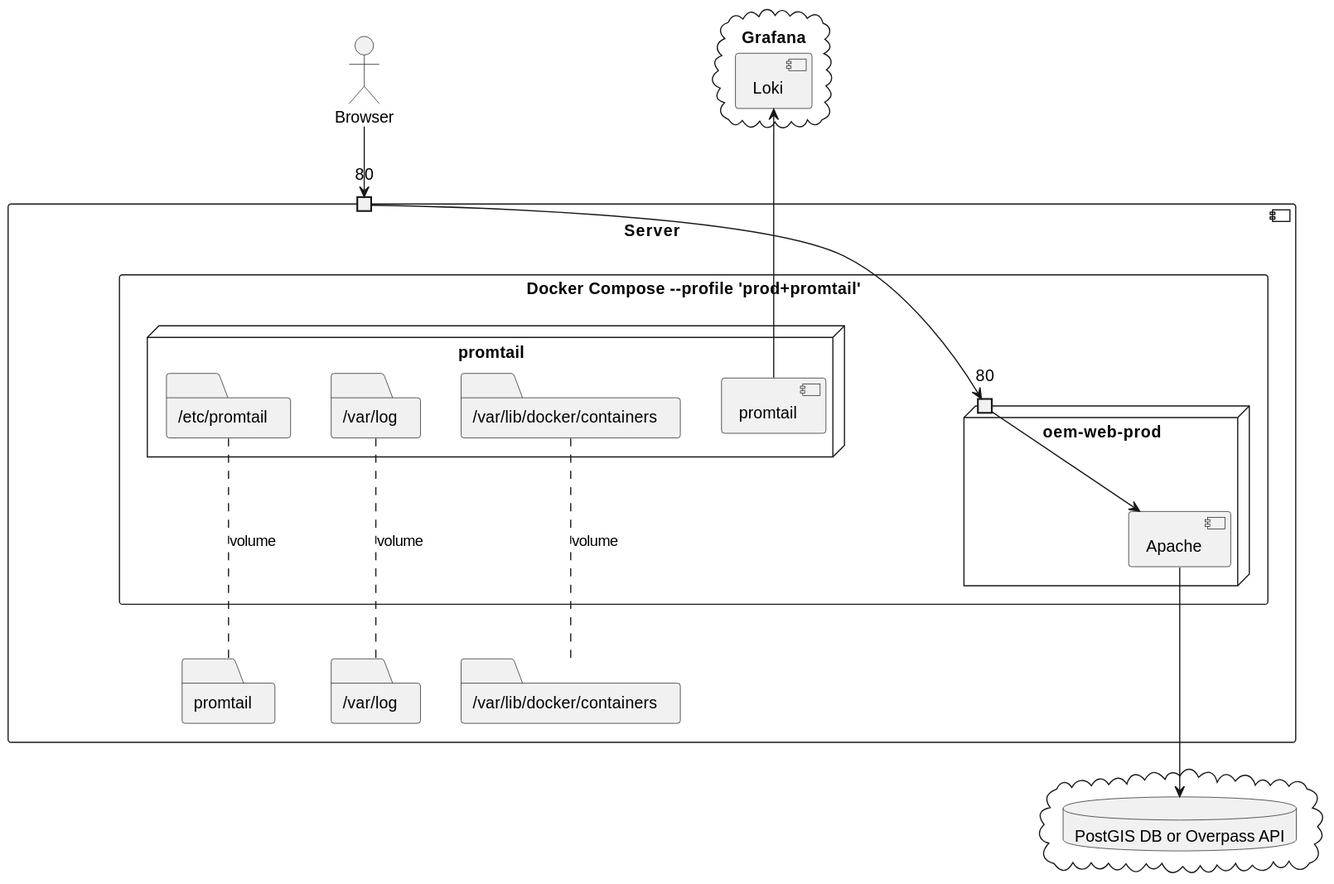
The PlantUML diagram images/prod+promtail.svg in Danysan1/osm-wikidata-map-framework, before a commit. The source it was exported from:
```plantuml
@startuml prod+promtail

actor Browser
cloud Grafana {
  component Loki
}
component Server {
  port "80" as 80docker
  rectangle "Docker Compose --profile 'prod+promtail'" as docker {
    node promtail {
      component promtail as promInst
      folder "/etc/promtail" as promRem
      folder "/var/log" as logRem
      folder "/var/lib/docker/containers" as contRem
    }
    node "oem-web-prod" {
      port "80" as 80webProd
      component Apache
    }
  }
  folder "promtail" as promLoc
  folder "/var/log" as logLoc
  folder "/var/lib/docker/containers" as contLoc
}
cloud {
  database "PostGIS DB or Overpass API" as db
}

Apache ---> db

Browser --> 80docker

80docker --> 80webProd

Apache <-- 80webProd

promRem ... promLoc : volume
logRem ... logLoc : volume
contRem ... contLoc : volume
Loki <--- promInst

@enduml
```
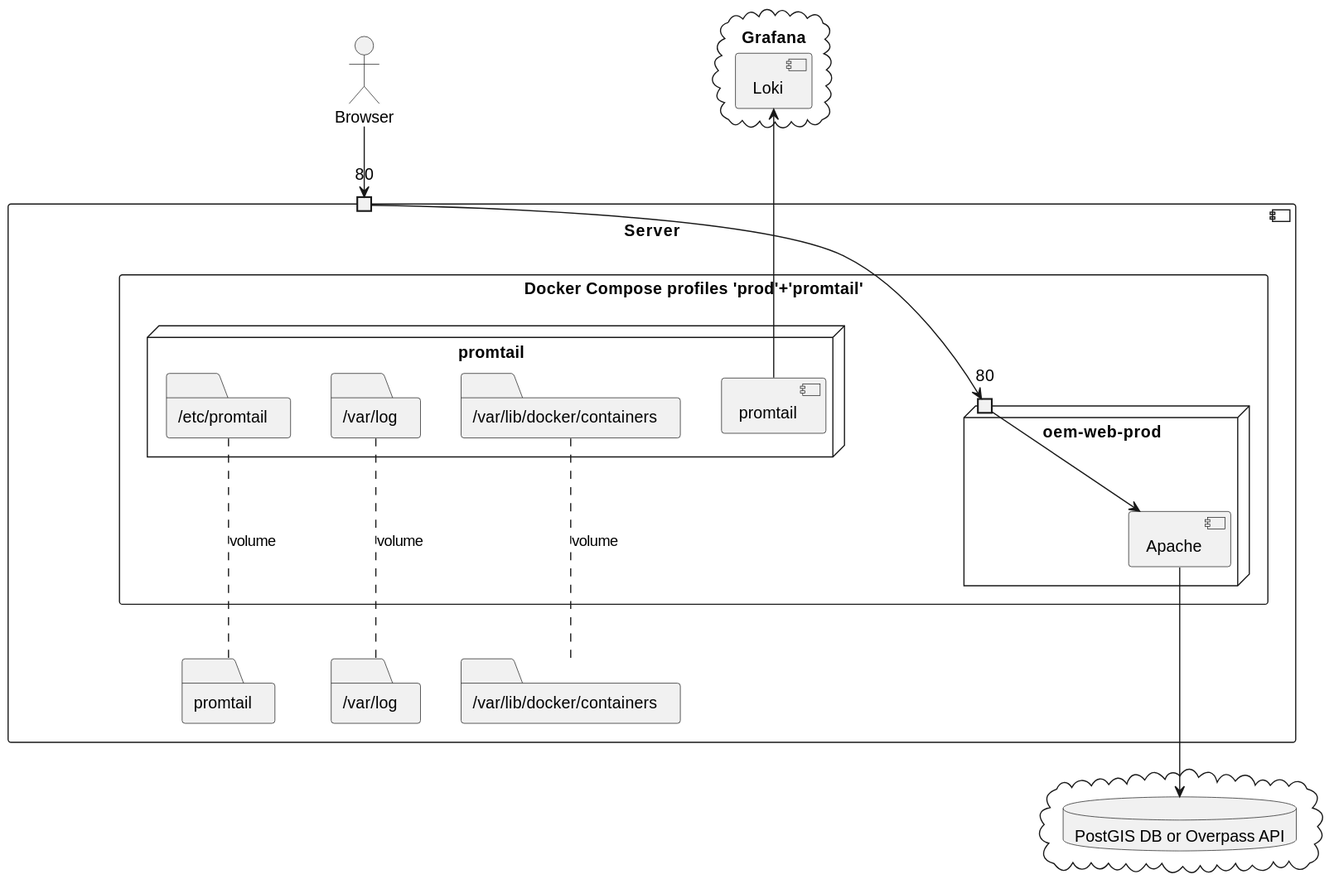
Later version of the same file.

What changed in the source:
```diff
@@ -6,7 +6,7 @@
 }
 component Server {
   port "80" as 80docker
-  rectangle "Docker Compose --profile 'prod+promtail'" as docker {
+  rectangle "Docker Compose profiles 'prod'+'promtail'" as docker {
     node promtail {
       component promtail as promInst
       folder "/etc/promtail" as promRem
```
